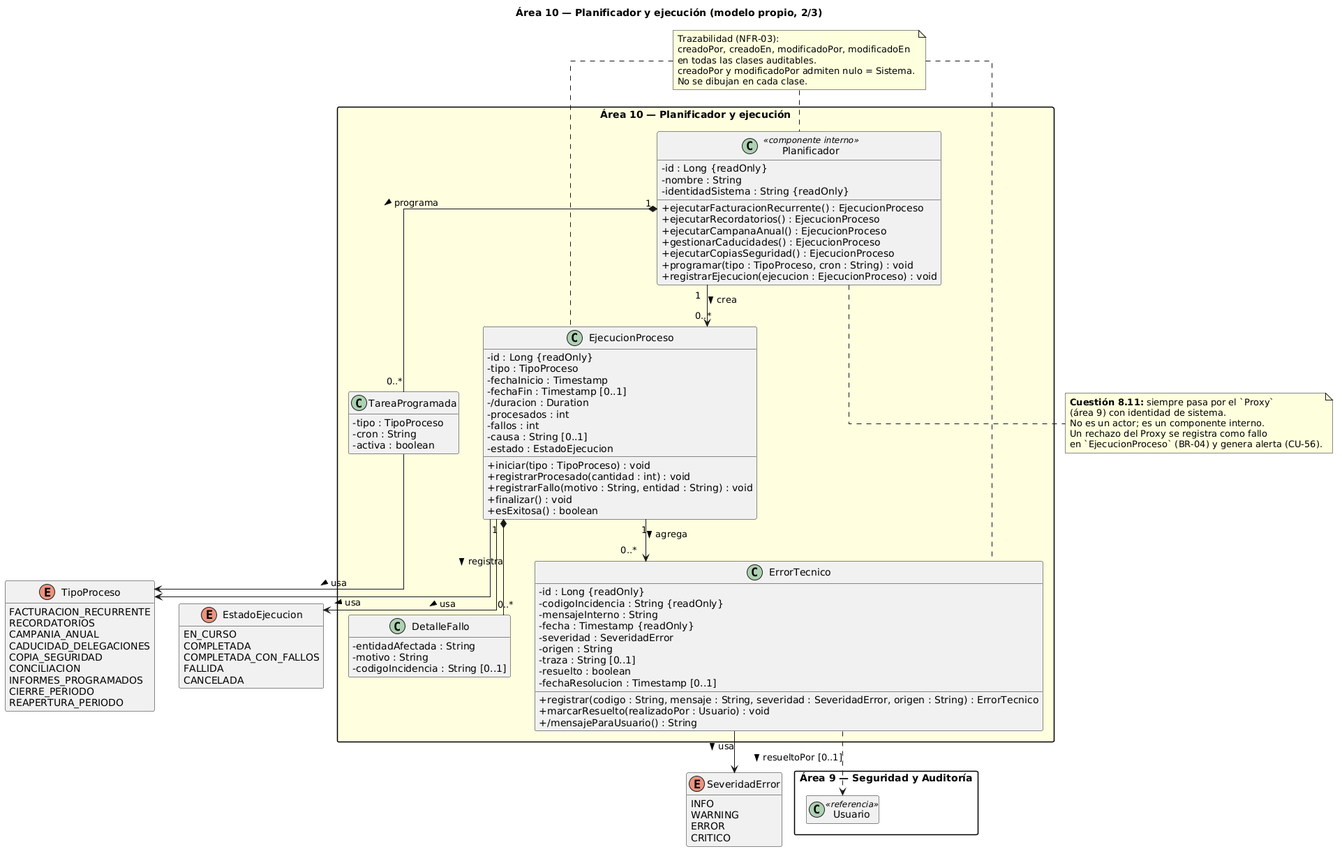
This is Entrega2_GrupoBebes/entrega2/diagramas/clases/area10/area10_2_planificador.png from naybetaomar/AyDA-ProyectoBebes, a PlantUML export, as it was before one commit. Source of this version:
```plantuml
@startuml
title Área 10 — Planificador y ejecución (modelo propio, 2/3)

skinparam classAttributeIconSize 0
skinparam linetype ortho
skinparam packageStyle rectangle
hide empty members

note "Trazabilidad (NFR-03):\ncreadoPor, creadoEn, modificadoPor, modificadoEn\nen todas las clases auditables.\ncreadoPor y modificadoPor admiten nulo = Sistema.\nNo se dibujan en cada clase." as NFR03

package "Área 10 — Planificador y ejecución" #LightYellow {

  class Planificador <<componente interno>> {
    - id : Long {readOnly}
    - nombre : String
    - identidadSistema : String {readOnly}
    + ejecutarFacturacionRecurrente() : EjecucionProceso
    + ejecutarRecordatorios() : EjecucionProceso
    + ejecutarCampanaAnual() : EjecucionProceso
    + gestionarCaducidades() : EjecucionProceso
    + ejecutarCopiasSeguridad() : EjecucionProceso
    + programar(tipo : TipoProceso, cron : String) : void
    + registrarEjecucion(ejecucion : EjecucionProceso) : void
  }

  class TareaProgramada {
    - tipo : TipoProceso
    - cron : String
    - activa : boolean
  }

  class EjecucionProceso {
    - id : Long {readOnly}
    - tipo : TipoProceso
    - fechaInicio : Timestamp
    - fechaFin : Timestamp [0..1]
    - /duracion : Duration
    - procesados : int
    - fallos : int
    - causa : String [0..1]
    - estado : EstadoEjecucion
    + iniciar(tipo : TipoProceso) : void
    + registrarProcesado(cantidad : int) : void
    + registrarFallo(motivo : String, entidad : String) : void
    + finalizar() : void
    + esExitosa() : boolean
  }

  class DetalleFallo {
    - entidadAfectada : String
    - motivo : String
    - codigoIncidencia : String [0..1]
  }

  class ErrorTecnico {
    - id : Long {readOnly}
    - codigoIncidencia : String {readOnly}
    - mensajeInterno : String
    - fecha : Timestamp {readOnly}
    - severidad : SeveridadError
    - origen : String
    - traza : String [0..1]
    - resuelto : boolean
    - fechaResolucion : Timestamp [0..1]
    + registrar(codigo : String, mensaje : String, severidad : SeveridadError, origen : String) : ErrorTecnico
    + marcarResuelto(realizadoPor : Usuario) : void
    + /mensajeParaUsuario() : String
  }
}

enum TipoProceso {
  FACTURACION_RECURRENTE
  RECORDATORIOS
  CAMPANIA_ANUAL
  CADUCIDAD_DELEGACIONES
  COPIA_SEGURIDAD
  CONCILIACION
  INFORMES_PROGRAMADOS
  CIERRE_PERIODO
  REAPERTURA_PERIODO
}

enum EstadoEjecucion {
  EN_CURSO
  COMPLETADA
  COMPLETADA_CON_FALLOS
  FALLIDA
  CANCELADA
}

enum SeveridadError {
  INFO
  WARNING
  ERROR
  CRITICO
}

package "Área 9 — Seguridad y Auditoría" {
  class Usuario <<referencia>>
}

Planificador "1" *-- "0..*" TareaProgramada : programa >
Planificador "1" --> "0..*" EjecucionProceso : crea >
EjecucionProceso "1" *-- "0..*" DetalleFallo : registra >
EjecucionProceso "1" --> "0..*" ErrorTecnico : agrega >
TareaProgramada --> TipoProceso : usa >
EjecucionProceso --> TipoProceso : usa >
EjecucionProceso --> EstadoEjecucion : usa >
ErrorTecnico --> SeveridadError : usa >
ErrorTecnico ..> Usuario : resueltoPor [0..1] >

NFR03 .. Planificador
NFR03 .. EjecucionProceso
NFR03 .. ErrorTecnico

note bottom of Planificador
  **Cuestión 8.11:** siempre pasa por el `Proxy`
  (área 9) con identidad de sistema.
  No es un actor; es un componente interno.
  Un rechazo del Proxy se registra como fallo
  en `EjecucionProceso` (BR-04) y genera alerta (CU-56).
end note
@enduml
```
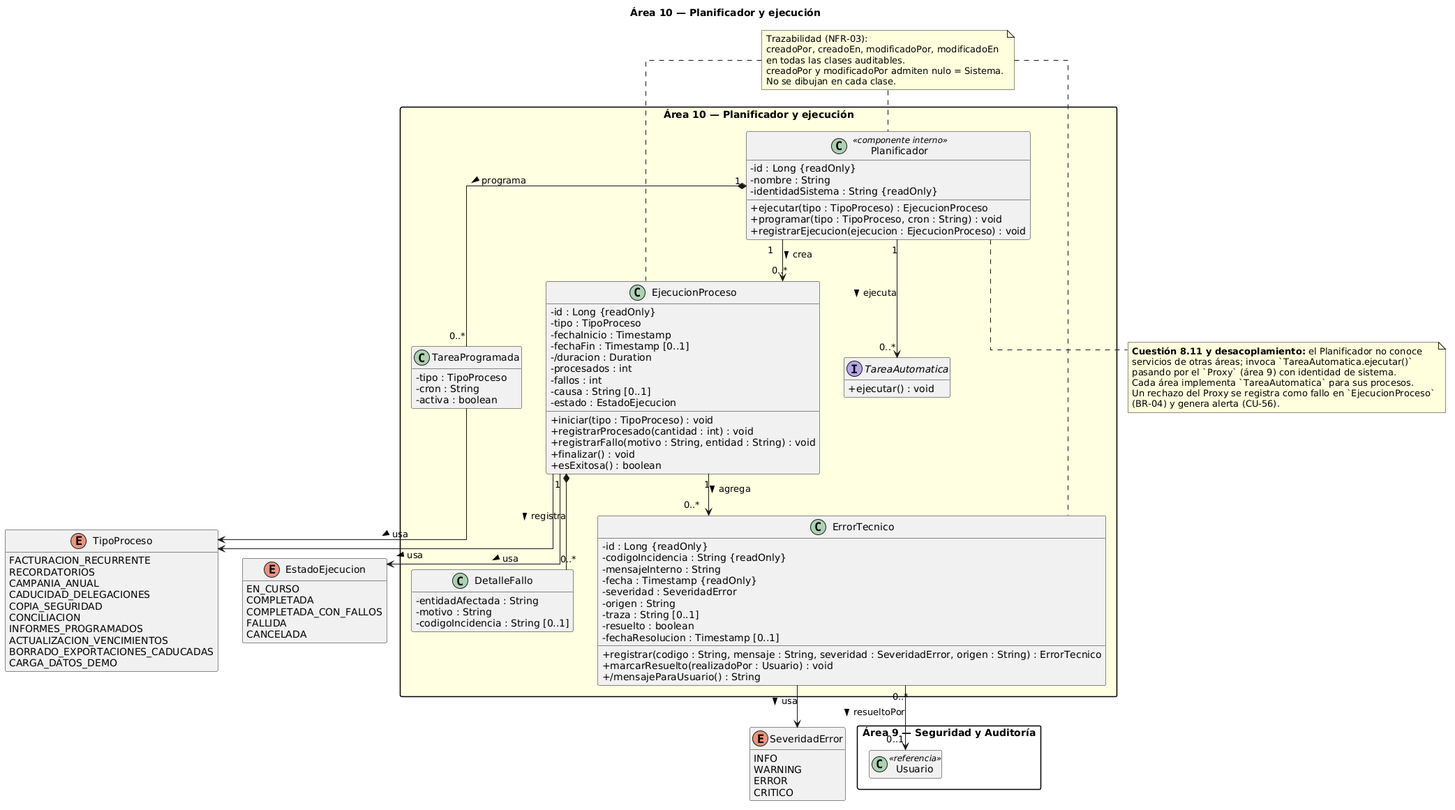
Above is the later version.

The edit, as a diff of the source:
```diff
@@ -1,5 +1,5 @@
 @startuml
-title Área 10 — Planificador y ejecución (modelo propio, 2/3)
+title Área 10 — Planificador y ejecución
 
 skinparam classAttributeIconSize 0
 skinparam linetype ortho
@@ -10,15 +10,15 @@
 
 package "Área 10 — Planificador y ejecución" #LightYellow {
 
+  interface TareaAutomatica {
+    + ejecutar() : void
+  }
+
   class Planificador <<componente interno>> {
     - id : Long {readOnly}
     - nombre : String
     - identidadSistema : String {readOnly}
-    + ejecutarFacturacionRecurrente() : EjecucionProceso
-    + ejecutarRecordatorios() : EjecucionProceso
-    + ejecutarCampanaAnual() : EjecucionProceso
-    + gestionarCaducidades() : EjecucionProceso
-    + ejecutarCopiasSeguridad() : EjecucionProceso
+    + ejecutar(tipo : TipoProceso) : EjecucionProceso
     + programar(tipo : TipoProceso, cron : String) : void
     + registrarEjecucion(ejecucion : EjecucionProceso) : void
   }
@@ -76,8 +76,9 @@
   COPIA_SEGURIDAD
   CONCILIACION
   INFORMES_PROGRAMADOS
-  CIERRE_PERIODO
-  REAPERTURA_PERIODO
+  ACTUALIZACION_VENCIMIENTOS
+  BORRADO_EXPORTACIONES_CADUCADAS
+  CARGA_DATOS_DEMO
 }
 
 enum EstadoEjecucion {
@@ -100,6 +101,7 @@
 }
 
 Planificador "1" *-- "0..*" TareaProgramada : programa >
+Planificador "1" --> "0..*" TareaAutomatica : ejecuta >
 Planificador "1" --> "0..*" EjecucionProceso : crea >
 EjecucionProceso "1" *-- "0..*" DetalleFallo : registra >
 EjecucionProceso "1" --> "0..*" ErrorTecnico : agrega >
@@ -107,17 +109,18 @@
 EjecucionProceso --> TipoProceso : usa >
 EjecucionProceso --> EstadoEjecucion : usa >
 ErrorTecnico --> SeveridadError : usa >
-ErrorTecnico ..> Usuario : resueltoPor [0..1] >
+ErrorTecnico "0..*" --> "0..1" Usuario : resueltoPor >
 
 NFR03 .. Planificador
 NFR03 .. EjecucionProceso
 NFR03 .. ErrorTecnico
 
 note bottom of Planificador
-  **Cuestión 8.11:** siempre pasa por el `Proxy`
-  (área 9) con identidad de sistema.
-  No es un actor; es un componente interno.
-  Un rechazo del Proxy se registra como fallo
-  en `EjecucionProceso` (BR-04) y genera alerta (CU-56).
+  **Cuestión 8.11 y desacoplamiento:** el Planificador no conoce
+  servicios de otras áreas; invoca `TareaAutomatica.ejecutar()`
+  pasando por el `Proxy` (área 9) con identidad de sistema.
+  Cada área implementa `TareaAutomatica` para sus procesos.
+  Un rechazo del Proxy se registra como fallo en `EjecucionProceso`
+  (BR-04) y genera alerta (CU-56).
 end note
 @enduml
```
